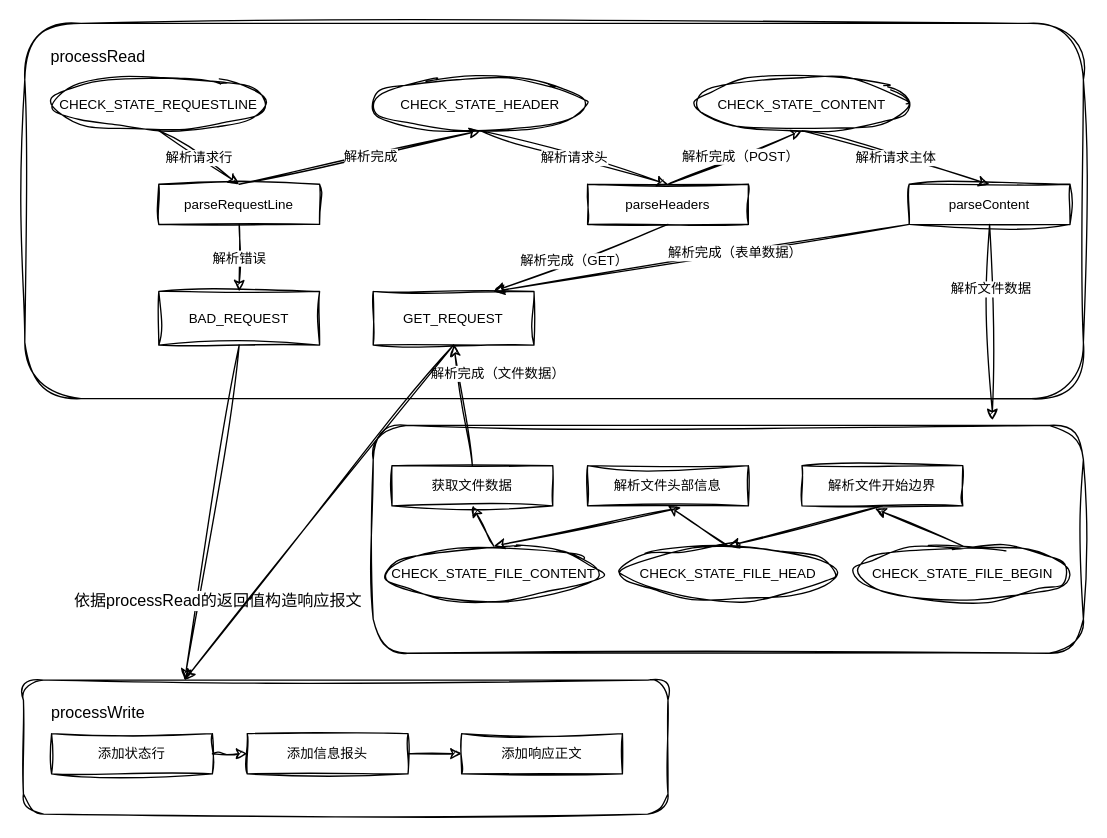
Before: testImages/pareHttp.drawio in gongshanchong/WebStoreServer, a draw.io diagram. Source tidied: cells renumbered, new cells numbered last; positions are measured from the earlier drawing's top-left corner, leaving out a move shared by most shapes. Both pictures are drawn from the tidied source at 134%, with x=0, y=0 at pixel (23, 23).
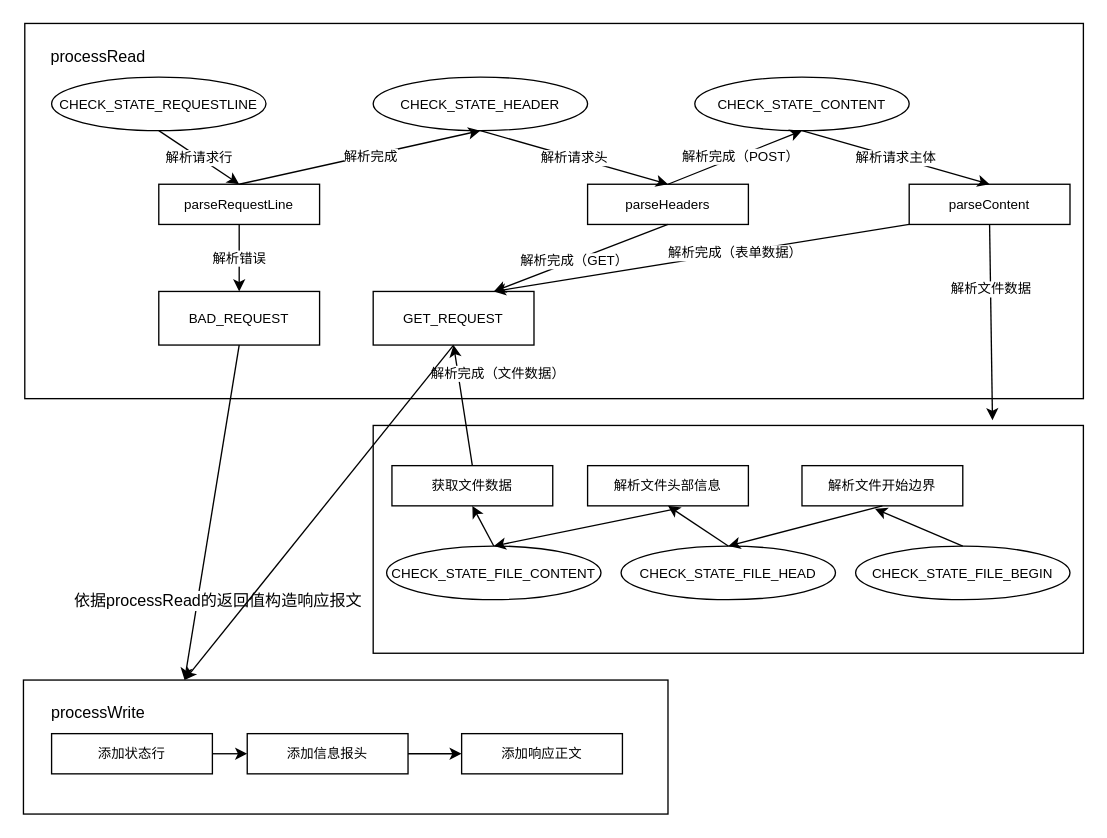
The same page after the edit.

What changed in the source:
```diff
@@
-    <mxCell id="2" style="rounded=1;whiteSpace=wrap;html=1;fillColor=none;sketch=1;curveFitting=1;jiggle=2;" parent="1" vertex="1">
+    <mxCell id="2" style="rounded=0;whiteSpace=wrap;html=1;fillColor=none;" parent="1" vertex="1">
       <mxGeometry x="1" width="790" height="280" as="geometry" />
     </mxCell>
-    <mxCell id="3" value="processRead" style="text;html=1;strokeColor=none;fillColor=none;align=center;verticalAlign=middle;whiteSpace=wrap;rounded=0;sketch=1;curveFitting=1;jiggle=2;" parent="1" vertex="1">
+    <mxCell id="3" value="processRead" style="text;html=1;strokeColor=none;fillColor=none;align=center;verticalAlign=middle;whiteSpace=wrap;rounded=0;" parent="1" vertex="1">
       <mxGeometry x="21" y="10" width="70" height="30" as="geometry" />
     </mxCell>
-    <mxCell id="4" value="&lt;font style=&quot;font-size: 10px;&quot;&gt;CHECK_STATE_REQUESTLINE&lt;/font&gt;" style="ellipse;whiteSpace=wrap;html=1;fillColor=none;sketch=1;curveFitting=1;jiggle=2;" parent="1" vertex="1">
+    <mxCell id="4" value="&lt;font style=&quot;font-size: 10px;&quot;&gt;CHECK_STATE_REQUESTLINE&lt;/font&gt;" style="ellipse;whiteSpace=wrap;html=1;fillColor=none;rounded=0;" parent="1" vertex="1">
       <mxGeometry x="21" y="40" width="160" height="40" as="geometry" />
     </mxCell>
-    <mxCell id="5" value="&lt;font style=&quot;font-size: 10px;&quot;&gt;CHECK_STATE_HEADER&lt;/font&gt;" style="ellipse;whiteSpace=wrap;html=1;fillColor=none;sketch=1;curveFitting=1;jiggle=2;" parent="1" vertex="1">
+    <mxCell id="5" value="&lt;font style=&quot;font-size: 10px;&quot;&gt;CHECK_STATE_HEADER&lt;/font&gt;" style="ellipse;whiteSpace=wrap;html=1;fillColor=none;rounded=0;" parent="1" vertex="1">
       <mxGeometry x="261" y="40" width="160" height="40" as="geometry" />
     </mxCell>
-    <mxCell id="6" value="&lt;font style=&quot;font-size: 10px;&quot;&gt;CHECK_STATE_CONTENT&lt;/font&gt;" style="ellipse;whiteSpace=wrap;html=1;fillColor=none;sketch=1;curveFitting=1;jiggle=2;" parent="1" vertex="1">
+    <mxCell id="6" value="&lt;font style=&quot;font-size: 10px;&quot;&gt;CHECK_STATE_CONTENT&lt;/font&gt;" style="ellipse;whiteSpace=wrap;html=1;fillColor=none;rounded=0;" parent="1" vertex="1">
       <mxGeometry x="501" y="40" width="160" height="40" as="geometry" />
     </mxCell>
-    <mxCell id="7" value="parseRequestLine" style="rounded=0;whiteSpace=wrap;html=1;fontSize=10;fillColor=none;sketch=1;curveFitting=1;jiggle=2;" parent="1" vertex="1">
+    <mxCell id="7" value="parseRequestLine" style="rounded=0;whiteSpace=wrap;html=1;fontSize=10;fillColor=none;" parent="1" vertex="1">
       <mxGeometry x="101" y="120" width="120" height="30" as="geometry" />
     </mxCell>
-    <mxCell id="8" value="parseHeaders" style="rounded=0;whiteSpace=wrap;html=1;fontSize=10;fillColor=none;sketch=1;curveFitting=1;jiggle=2;" parent="1" vertex="1">
+    <mxCell id="8" value="parseHeaders" style="rounded=0;whiteSpace=wrap;html=1;fontSize=10;fillColor=none;" parent="1" vertex="1">
       <mxGeometry x="421" y="120" width="120" height="30" as="geometry" />
     </mxCell>
-    <mxCell id="9" value="parseContent" style="rounded=0;whiteSpace=wrap;html=1;fontSize=10;fillColor=none;sketch=1;curveFitting=1;jiggle=2;" parent="1" vertex="1">
+    <mxCell id="9" value="parseContent" style="rounded=0;whiteSpace=wrap;html=1;fontSize=10;fillColor=none;" parent="1" vertex="1">
       <mxGeometry x="661" y="120" width="120" height="30" as="geometry" />
     </mxCell>
-    <mxCell id="10" value="解析请求行" style="endArrow=classic;html=1;fontSize=10;exitX=0.5;exitY=1;exitDx=0;exitDy=0;entryX=0.5;entryY=0;entryDx=0;entryDy=0;sketch=1;curveFitting=1;jiggle=2;" parent="1" edge="1" source="4" target="7">
+    <mxCell id="10" value="解析请求行" style="endArrow=classic;html=1;fontSize=10;exitX=0.5;exitY=1;exitDx=0;exitDy=0;entryX=0.5;entryY=0;entryDx=0;entryDy=0;rounded=0;" parent="1" edge="1" source="4" target="7">
       <mxGeometry relative="1" as="geometry" />
     </mxCell>
-    <mxCell id="11" style="endArrow=classic;html=1;fontSize=10;entryX=0.5;entryY=1;entryDx=0;entryDy=0;sketch=1;curveFitting=1;jiggle=2;" parent="1" edge="1" target="5">
+    <mxCell id="11" style="endArrow=classic;html=1;fontSize=10;entryX=0.5;entryY=1;entryDx=0;entryDy=0;rounded=0;" parent="1" edge="1" target="5">
       <mxGeometry relative="1" as="geometry">
         <mxPoint x="161" y="120" as="sourcePoint" />
       </mxGeometry>
     </mxCell>
-    <mxCell id="12" value="解析完成" style="edgeLabel;html=1;align=center;verticalAlign=middle;fontSize=10;sketch=1;curveFitting=1;jiggle=2;" parent="11" vertex="1">
+    <mxCell id="12" value="解析完成" style="edgeLabel;html=1;align=center;verticalAlign=middle;fontSize=10;rounded=0;" parent="11" vertex="1">
       <mxGeometry x="0.08" relative="1" as="geometry" />
     </mxCell>
-    <mxCell id="13" value="BAD_REQUEST" style="rounded=0;whiteSpace=wrap;html=1;fontSize=10;fillColor=none;sketch=1;curveFitting=1;jiggle=2;" parent="1" vertex="1">
+    <mxCell id="13" value="BAD_REQUEST" style="rounded=0;whiteSpace=wrap;html=1;fontSize=10;fillColor=none;" parent="1" vertex="1">
       <mxGeometry x="101" y="200" width="120" height="40" as="geometry" />
     </mxCell>
-    <mxCell id="14" value="解析错误" style="endArrow=classic;html=1;fontSize=10;exitX=0.5;exitY=1;exitDx=0;exitDy=0;entryX=0.5;entryY=0;entryDx=0;entryDy=0;sketch=1;curveFitting=1;jiggle=2;" parent="1" edge="1" source="7" target="13">
+    <mxCell id="14" value="解析错误" style="endArrow=classic;html=1;fontSize=10;exitX=0.5;exitY=1;exitDx=0;exitDy=0;entryX=0.5;entryY=0;entryDx=0;entryDy=0;rounded=0;" parent="1" edge="1" source="7" target="13">
       <mxGeometry relative="1" as="geometry" />
     </mxCell>
-    <mxCell id="15" value="解析请求头" style="endArrow=classic;html=1;fontSize=10;entryX=0.5;entryY=0;entryDx=0;entryDy=0;exitX=0.5;exitY=1;exitDx=0;exitDy=0;sketch=1;curveFitting=1;jiggle=2;" parent="1" edge="1" source="5" target="8">
+    <mxCell id="15" value="解析请求头" style="endArrow=classic;html=1;fontSize=10;entryX=0.5;entryY=0;entryDx=0;entryDy=0;exitX=0.5;exitY=1;exitDx=0;exitDy=0;rounded=0;" parent="1" edge="1" source="5" target="8">
       <mxGeometry relative="1" as="geometry" />
     </mxCell>
-    <mxCell id="16" style="endArrow=classic;html=1;fontSize=10;entryX=0.5;entryY=1;entryDx=0;entryDy=0;exitX=0.5;exitY=0;exitDx=0;exitDy=0;sketch=1;curveFitting=1;jiggle=2;" parent="1" edge="1" source="8" target="6">
+    <mxCell id="16" style="endArrow=classic;html=1;fontSize=10;entryX=0.5;entryY=1;entryDx=0;entryDy=0;exitX=0.5;exitY=0;exitDx=0;exitDy=0;rounded=0;" parent="1" edge="1" source="8" target="6">
       <mxGeometry relative="1" as="geometry" />
     </mxCell>
-    <mxCell id="17" value="解析完成（POST）" style="edgeLabel;html=1;align=center;verticalAlign=middle;fontSize=10;sketch=1;curveFitting=1;jiggle=2;" parent="16" vertex="1">
+    <mxCell id="17" value="解析完成（POST）" style="edgeLabel;html=1;align=center;verticalAlign=middle;fontSize=10;rounded=0;" parent="16" vertex="1">
       <mxGeometry x="0.08" relative="1" as="geometry" />
     </mxCell>
-    <mxCell id="18" value="解析请求主体" style="endArrow=classic;html=1;fontSize=10;entryX=0.5;entryY=0;entryDx=0;entryDy=0;exitX=0.5;exitY=1;exitDx=0;exitDy=0;sketch=1;curveFitting=1;jiggle=2;" parent="1" edge="1" source="6" target="9">
+    <mxCell id="18" value="解析请求主体" style="endArrow=classic;html=1;fontSize=10;entryX=0.5;entryY=0;entryDx=0;entryDy=0;exitX=0.5;exitY=1;exitDx=0;exitDy=0;rounded=0;" parent="1" edge="1" source="6" target="9">
       <mxGeometry relative="1" as="geometry" />
     </mxCell>
-    <mxCell id="19" value="GET_REQUEST" style="rounded=0;whiteSpace=wrap;html=1;fontSize=10;fillColor=none;sketch=1;curveFitting=1;jiggle=2;" parent="1" vertex="1">
+    <mxCell id="19" value="GET_REQUEST" style="rounded=0;whiteSpace=wrap;html=1;fontSize=10;fillColor=none;" parent="1" vertex="1">
       <mxGeometry x="261" y="200" width="120" height="40" as="geometry" />
     </mxCell>
-    <mxCell id="20" style="endArrow=classic;html=1;fontSize=10;exitX=0.5;exitY=1;exitDx=0;exitDy=0;entryX=0.75;entryY=0;entryDx=0;entryDy=0;sketch=1;curveFitting=1;jiggle=2;" parent="1" edge="1" source="8" target="19">
+    <mxCell id="20" style="endArrow=classic;html=1;fontSize=10;exitX=0.5;exitY=1;exitDx=0;exitDy=0;entryX=0.75;entryY=0;entryDx=0;entryDy=0;rounded=0;" parent="1" edge="1" source="8" target="19">
       <mxGeometry relative="1" as="geometry" />
     </mxCell>
-    <mxCell id="21" value="解析完成（GET）" style="edgeLabel;html=1;align=center;verticalAlign=middle;fontSize=10;sketch=1;curveFitting=1;jiggle=2;" parent="20" vertex="1">
+    <mxCell id="21" value="解析完成（GET）" style="edgeLabel;html=1;align=center;verticalAlign=middle;fontSize=10;rounded=0;" parent="20" vertex="1">
       <mxGeometry x="0.08" relative="1" as="geometry" />
     </mxCell>
-    <mxCell id="22" style="rounded=1;whiteSpace=wrap;html=1;fontSize=10;fillColor=none;sketch=1;curveFitting=1;jiggle=2;" parent="1" vertex="1">
+    <mxCell id="22" style="rounded=0;whiteSpace=wrap;html=1;fontSize=10;fillColor=none;" parent="1" vertex="1">
       <mxGeometry x="261" y="300" width="530" height="170" as="geometry" />
     </mxCell>
-    <mxCell id="23" style="endArrow=classic;html=1;fontSize=10;exitX=0;exitY=1;exitDx=0;exitDy=0;entryX=0.75;entryY=0;entryDx=0;entryDy=0;sketch=1;curveFitting=1;jiggle=2;" parent="1" edge="1" source="9" target="19">
+    <mxCell id="23" style="endArrow=classic;html=1;fontSize=10;exitX=0;exitY=1;exitDx=0;exitDy=0;entryX=0.75;entryY=0;entryDx=0;entryDy=0;rounded=0;" parent="1" edge="1" source="9" target="19">
       <mxGeometry relative="1" as="geometry" />
     </mxCell>
-    <mxCell id="24" value="解析完成（表单数据）" style="edgeLabel;html=1;align=center;verticalAlign=middle;fontSize=10;sketch=1;curveFitting=1;jiggle=2;" parent="23" vertex="1">
+    <mxCell id="24" value="解析完成（表单数据）" style="edgeLabel;html=1;align=center;verticalAlign=middle;fontSize=10;rounded=0;" parent="23" vertex="1">
       <mxGeometry x="0.08" relative="1" as="geometry">
         <mxPoint x="37" y="-7" as="offset" />
       </mxGeometry>
     </mxCell>
-    <mxCell id="25" style="endArrow=classic;html=1;fontSize=10;exitX=0.5;exitY=1;exitDx=0;exitDy=0;entryX=0.872;entryY=-0.023;entryDx=0;entryDy=0;entryPerimeter=0;sketch=1;curveFitting=1;jiggle=2;" parent="1" edge="1" source="9" target="22">
+    <mxCell id="25" style="endArrow=classic;html=1;fontSize=10;exitX=0.5;exitY=1;exitDx=0;exitDy=0;entryX=0.872;entryY=-0.023;entryDx=0;entryDy=0;entryPerimeter=0;rounded=0;" parent="1" edge="1" source="9" target="22">
       <mxGeometry relative="1" as="geometry" />
     </mxCell>
-    <mxCell id="26" value="解析文件数据" style="edgeLabel;html=1;align=center;verticalAlign=middle;fontSize=10;sketch=1;curveFitting=1;jiggle=2;" parent="25" vertex="1">
+    <mxCell id="26" value="解析文件数据" style="edgeLabel;html=1;align=center;verticalAlign=middle;fontSize=10;rounded=0;" parent="25" vertex="1">
       <mxGeometry x="0.08" relative="1" as="geometry">
         <mxPoint x="-1" y="-31" as="offset" />
       </mxGeometry>
     </mxCell>
-    <mxCell id="27" value="&lt;font style=&quot;font-size: 10px;&quot;&gt;CHECK_STATE_FILE_BEGIN&lt;/font&gt;" style="ellipse;whiteSpace=wrap;html=1;fillColor=none;sketch=1;curveFitting=1;jiggle=2;" parent="1" vertex="1">
+    <mxCell id="27" value="&lt;font style=&quot;font-size: 10px;&quot;&gt;CHECK_STATE_FILE_BEGIN&lt;/font&gt;" style="ellipse;whiteSpace=wrap;html=1;fillColor=none;rounded=0;" parent="1" vertex="1">
       <mxGeometry x="621" y="390" width="160" height="40" as="geometry" />
     </mxCell>
-    <mxCell id="28" value="&lt;font style=&quot;font-size: 10px;&quot;&gt;CHECK_STATE_FILE_HEAD&lt;/font&gt;" style="ellipse;whiteSpace=wrap;html=1;fillColor=none;sketch=1;curveFitting=1;jiggle=2;" parent="1" vertex="1">
+    <mxCell id="28" value="&lt;font style=&quot;font-size: 10px;&quot;&gt;CHECK_STATE_FILE_HEAD&lt;/font&gt;" style="ellipse;whiteSpace=wrap;html=1;fillColor=none;rounded=0;" parent="1" vertex="1">
       <mxGeometry x="446" y="390" width="160" height="40" as="geometry" />
     </mxCell>
-    <mxCell id="29" value="&lt;font style=&quot;font-size: 10px;&quot;&gt;CHECK_STATE_FILE_CONTENT&lt;/font&gt;" style="ellipse;whiteSpace=wrap;html=1;fillColor=none;sketch=1;curveFitting=1;jiggle=2;" parent="1" vertex="1">
+    <mxCell id="29" value="&lt;font style=&quot;font-size: 10px;&quot;&gt;CHECK_STATE_FILE_CONTENT&lt;/font&gt;" style="ellipse;whiteSpace=wrap;html=1;fillColor=none;rounded=0;" parent="1" vertex="1">
       <mxGeometry x="271" y="390" width="160" height="40" as="geometry" />
     </mxCell>
-    <mxCell id="30" value="解析文件开始边界" style="rounded=0;whiteSpace=wrap;html=1;fontSize=10;fillColor=none;sketch=1;curveFitting=1;jiggle=2;" parent="1" vertex="1">
+    <mxCell id="30" value="解析文件开始边界" style="rounded=0;whiteSpace=wrap;html=1;fontSize=10;fillColor=none;" parent="1" vertex="1">
       <mxGeometry x="581" y="330" width="120" height="30" as="geometry" />
     </mxCell>
-    <mxCell id="31" value="解析文件头部信息" style="rounded=0;whiteSpace=wrap;html=1;fontSize=10;fillColor=none;sketch=1;curveFitting=1;jiggle=2;" parent="1" vertex="1">
+    <mxCell id="31" value="解析文件头部信息" style="rounded=0;whiteSpace=wrap;html=1;fontSize=10;fillColor=none;" parent="1" vertex="1">
       <mxGeometry x="421" y="330" width="120" height="30" as="geometry" />
     </mxCell>
-    <mxCell id="32" value="获取文件数据" style="rounded=0;whiteSpace=wrap;html=1;fontSize=10;fillColor=none;sketch=1;curveFitting=1;jiggle=2;" parent="1" vertex="1">
+    <mxCell id="32" value="获取文件数据" style="rounded=0;whiteSpace=wrap;html=1;fontSize=10;fillColor=none;" parent="1" vertex="1">
       <mxGeometry x="275" y="330" width="120" height="30" as="geometry" />
     </mxCell>
-    <mxCell id="33" style="endArrow=classic;html=1;fontSize=10;entryX=0.454;entryY=1.071;entryDx=0;entryDy=0;entryPerimeter=0;exitX=0.5;exitY=0;exitDx=0;exitDy=0;sketch=1;curveFitting=1;jiggle=2;" parent="1" edge="1" source="27" target="30">
+    <mxCell id="33" style="endArrow=classic;html=1;fontSize=10;entryX=0.454;entryY=1.071;entryDx=0;entryDy=0;entryPerimeter=0;exitX=0.5;exitY=0;exitDx=0;exitDy=0;rounded=0;" parent="1" edge="1" source="27" target="30">
       <mxGeometry relative="1" as="geometry" />
     </mxCell>
-    <mxCell id="34" style="endArrow=classic;html=1;fontSize=10;entryX=0.5;entryY=0;entryDx=0;entryDy=0;exitX=0.5;exitY=1;exitDx=0;exitDy=0;sketch=1;curveFitting=1;jiggle=2;" parent="1" edge="1" source="30" target="28">
+    <mxCell id="34" style="endArrow=classic;html=1;fontSize=10;entryX=0.5;entryY=0;entryDx=0;entryDy=0;exitX=0.5;exitY=1;exitDx=0;exitDy=0;rounded=0;" parent="1" edge="1" source="30" target="28">
       <mxGeometry relative="1" as="geometry" />
     </mxCell>
-    <mxCell id="35" style="endArrow=classic;html=1;fontSize=10;entryX=0.5;entryY=1;entryDx=0;entryDy=0;exitX=0.5;exitY=0;exitDx=0;exitDy=0;sketch=1;curveFitting=1;jiggle=2;" parent="1" edge="1" source="28" target="31">
+    <mxCell id="35" style="endArrow=classic;html=1;fontSize=10;entryX=0.5;entryY=1;entryDx=0;entryDy=0;exitX=0.5;exitY=0;exitDx=0;exitDy=0;rounded=0;" parent="1" edge="1" source="28" target="31">
       <mxGeometry relative="1" as="geometry" />
     </mxCell>
-    <mxCell id="36" style="endArrow=classic;html=1;fontSize=10;entryX=0.5;entryY=0;entryDx=0;entryDy=0;exitX=0.555;exitY=1.071;exitDx=0;exitDy=0;exitPerimeter=0;sketch=1;curveFitting=1;jiggle=2;" parent="1" edge="1" source="31" target="29">
+    <mxCell id="36" style="endArrow=classic;html=1;fontSize=10;entryX=0.5;entryY=0;entryDx=0;entryDy=0;exitX=0.555;exitY=1.071;exitDx=0;exitDy=0;exitPerimeter=0;rounded=0;" parent="1" edge="1" source="31" target="29">
       <mxGeometry relative="1" as="geometry" />
     </mxCell>
-    <mxCell id="37" style="endArrow=classic;html=1;fontSize=10;entryX=0.5;entryY=1;entryDx=0;entryDy=0;exitX=0.5;exitY=0;exitDx=0;exitDy=0;sketch=1;curveFitting=1;jiggle=2;" parent="1" edge="1" source="29" target="32">
+    <mxCell id="37" style="endArrow=classic;html=1;fontSize=10;entryX=0.5;entryY=1;entryDx=0;entryDy=0;exitX=0.5;exitY=0;exitDx=0;exitDy=0;rounded=0;" parent="1" edge="1" source="29" target="32">
       <mxGeometry relative="1" as="geometry" />
     </mxCell>
-    <mxCell id="38" style="endArrow=classic;html=1;fontSize=10;exitX=0.5;exitY=0;exitDx=0;exitDy=0;entryX=0.5;entryY=1;entryDx=0;entryDy=0;sketch=1;curveFitting=1;jiggle=2;" parent="1" edge="1" source="32" target="19">
+    <mxCell id="38" style="endArrow=classic;html=1;fontSize=10;exitX=0.5;exitY=0;exitDx=0;exitDy=0;entryX=0.5;entryY=1;entryDx=0;entryDy=0;rounded=0;" parent="1" edge="1" source="32" target="19">
       <mxGeometry relative="1" as="geometry" />
     </mxCell>
-    <mxCell id="39" value="解析完成（文件数据）" style="edgeLabel;html=1;align=center;verticalAlign=middle;fontSize=10;sketch=1;curveFitting=1;jiggle=2;" parent="38" vertex="1">
+    <mxCell id="39" value="解析完成（文件数据）" style="edgeLabel;html=1;align=center;verticalAlign=middle;fontSize=10;rounded=0;" parent="38" vertex="1">
       <mxGeometry x="0.08" relative="1" as="geometry">
         <mxPoint x="26" y="-21" as="offset" />
       </mxGeometry>
     </mxCell>
-    <mxCell id="40" style="rounded=1;whiteSpace=wrap;html=1;fillColor=none;sketch=1;curveFitting=1;jiggle=2;" parent="1" vertex="1">
+    <mxCell id="40" style="rounded=0;whiteSpace=wrap;html=1;fillColor=none;" parent="1" vertex="1">
       <mxGeometry y="490" width="481" height="100" as="geometry" />
     </mxCell>
-    <mxCell id="41" value="processWrite" style="text;html=1;strokeColor=none;fillColor=none;align=center;verticalAlign=middle;whiteSpace=wrap;rounded=0;sketch=1;curveFitting=1;jiggle=2;" parent="1" vertex="1">
+    <mxCell id="41" value="processWrite" style="text;html=1;strokeColor=none;fillColor=none;align=center;verticalAlign=middle;whiteSpace=wrap;rounded=0;" parent="1" vertex="1">
       <mxGeometry x="21" y="500" width="70" height="30" as="geometry" />
     </mxCell>
-    <mxCell id="42" style="endArrow=classic;html=1;fontSize=10;exitX=0.5;exitY=1;exitDx=0;exitDy=0;entryX=0.25;entryY=0;entryDx=0;entryDy=0;sketch=1;curveFitting=1;jiggle=2;" parent="1" edge="1" source="13" target="40">
+    <mxCell id="42" style="endArrow=classic;html=1;fontSize=10;exitX=0.5;exitY=1;exitDx=0;exitDy=0;entryX=0.25;entryY=0;entryDx=0;entryDy=0;rounded=0;" parent="1" edge="1" source="13" target="40">
       <mxGeometry relative="1" as="geometry" />
     </mxCell>
-    <mxCell id="43" value="&lt;font style=&quot;font-size: 12px;&quot;&gt;依据processRead的返回值构造响应报文&lt;/font&gt;" style="edgeLabel;html=1;align=center;verticalAlign=middle;fontSize=10;sketch=1;curveFitting=1;jiggle=2;" parent="42" vertex="1">
+    <mxCell id="43" value="&lt;font style=&quot;font-size: 12px;&quot;&gt;依据processRead的返回值构造响应报文&lt;/font&gt;" style="edgeLabel;html=1;align=center;verticalAlign=middle;fontSize=10;rounded=0;" parent="42" vertex="1">
       <mxGeometry x="-0.15" relative="1" as="geometry">
         <mxPoint x="1" y="84" as="offset" />
       </mxGeometry>
     </mxCell>
-    <mxCell id="44" style="endArrow=classic;html=1;fontSize=10;exitX=0.5;exitY=1;exitDx=0;exitDy=0;entryX=0.25;entryY=0;entryDx=0;entryDy=0;sketch=1;curveFitting=1;jiggle=2;" parent="1" edge="1" source="19" target="40">
+    <mxCell id="44" style="endArrow=classic;html=1;fontSize=10;exitX=0.5;exitY=1;exitDx=0;exitDy=0;entryX=0.25;entryY=0;entryDx=0;entryDy=0;rounded=0;" parent="1" edge="1" source="19" target="40">
       <mxGeometry relative="1" as="geometry" />
     </mxCell>
-    <mxCell id="45" value="添加响应正文" style="rounded=0;whiteSpace=wrap;html=1;fontSize=10;fillColor=none;sketch=1;curveFitting=1;jiggle=2;" parent="1" vertex="1">
+    <mxCell id="45" value="添加响应正文" style="rounded=0;whiteSpace=wrap;html=1;fontSize=10;fillColor=none;" parent="1" vertex="1">
       <mxGeometry x="327" y="530" width="120" height="30" as="geometry" />
     </mxCell>
-    <mxCell id="46" style="edgeStyle=none;html=1;fontSize=12;sketch=1;curveFitting=1;jiggle=2;" parent="1" edge="1" source="47" target="45">
+    <mxCell id="46" style="edgeStyle=none;html=1;fontSize=12;rounded=0;" parent="1" edge="1" source="47" target="45">
       <mxGeometry relative="1" as="geometry" />
     </mxCell>
-    <mxCell id="47" value="添加信息报头" style="rounded=0;whiteSpace=wrap;html=1;fontSize=10;fillColor=none;sketch=1;curveFitting=1;jiggle=2;" parent="1" vertex="1">
+    <mxCell id="47" value="添加信息报头" style="rounded=0;whiteSpace=wrap;html=1;fontSize=10;fillColor=none;" parent="1" vertex="1">
       <mxGeometry x="167" y="530" width="120" height="30" as="geometry" />
     </mxCell>
-    <mxCell id="48" style="edgeStyle=none;html=1;fontSize=12;sketch=1;curveFitting=1;jiggle=2;" parent="1" edge="1" source="49" target="47">
+    <mxCell id="48" style="edgeStyle=none;html=1;fontSize=12;rounded=0;" parent="1" edge="1" source="49" target="47">
       <mxGeometry relative="1" as="geometry" />
     </mxCell>
-    <mxCell id="49" value="添加状态行" style="rounded=0;whiteSpace=wrap;html=1;fontSize=10;fillColor=none;sketch=1;curveFitting=1;jiggle=2;" parent="1" vertex="1">
+    <mxCell id="49" value="添加状态行" style="rounded=0;whiteSpace=wrap;html=1;fontSize=10;fillColor=none;" parent="1" vertex="1">
       <mxGeometry x="21" y="530" width="120" height="30" as="geometry" />
     </mxCell>
```
